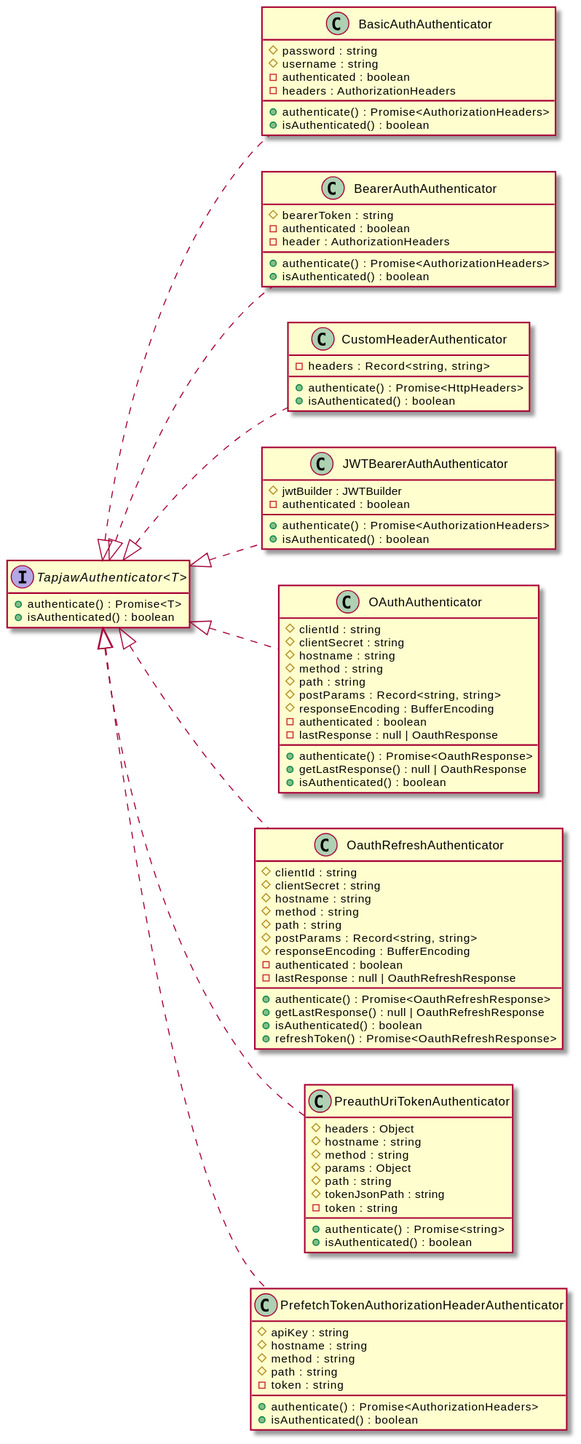
The PlantUML diagram docs/assets/TapjawAuthenticator-umlClassDiagram-32.svg in digidip/tapjaw-importer, before a commit.
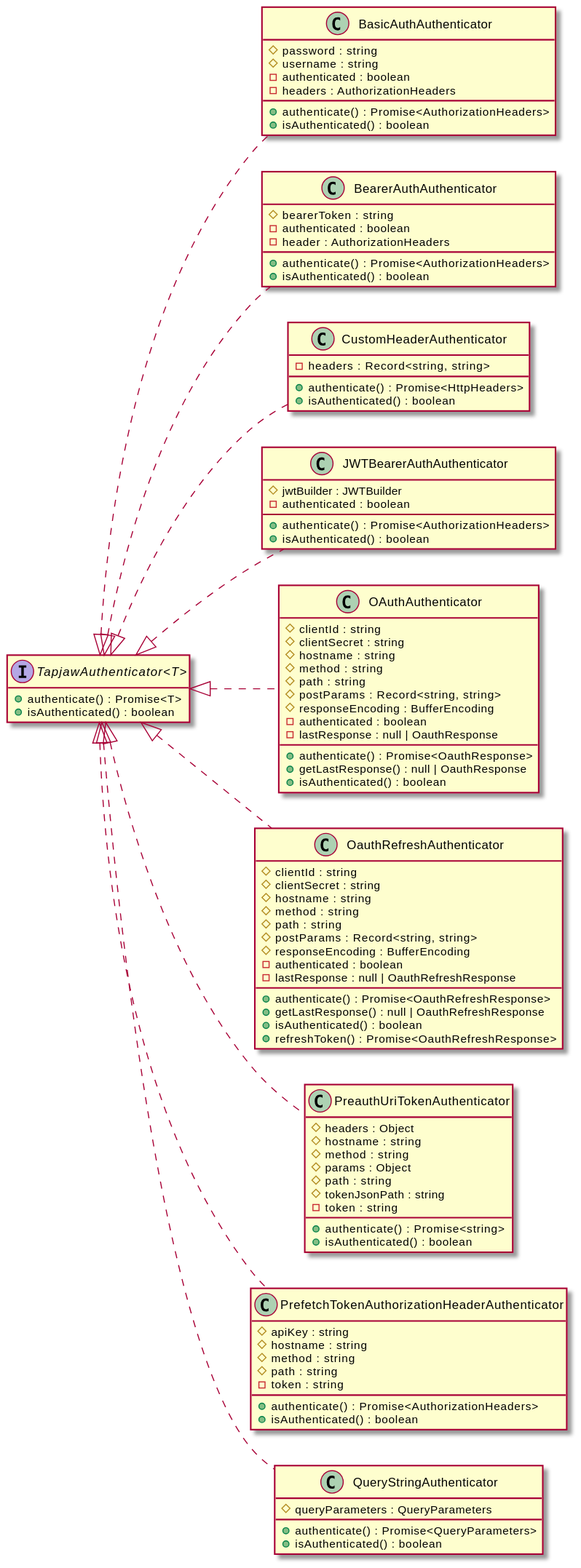
The same file after the commit.

What changed in the source:
```diff
@@ -90,4 +90,10 @@
     +isAuthenticated() : boolean
 }
 "TapjawAuthenticator<T>" <|.. "PrefetchTokenAuthorizationHeaderAuthenticator"
+class "QueryStringAuthenticator" {
+    #queryParameters : QueryParameters
+    +authenticate() : Promise<QueryParameters>
+    +isAuthenticated() : boolean
+}
+"TapjawAuthenticator<T>" <|.. "QueryStringAuthenticator"
 @enduml
```
